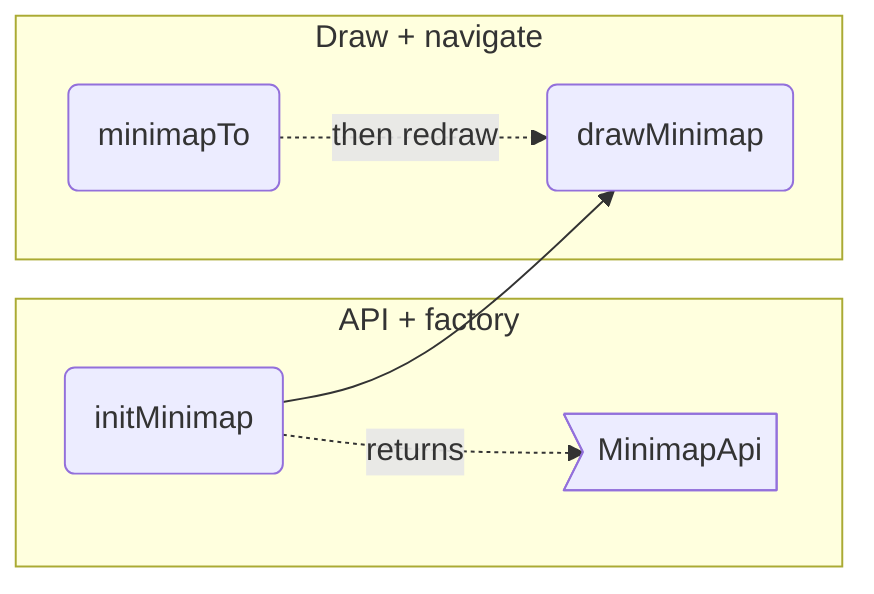
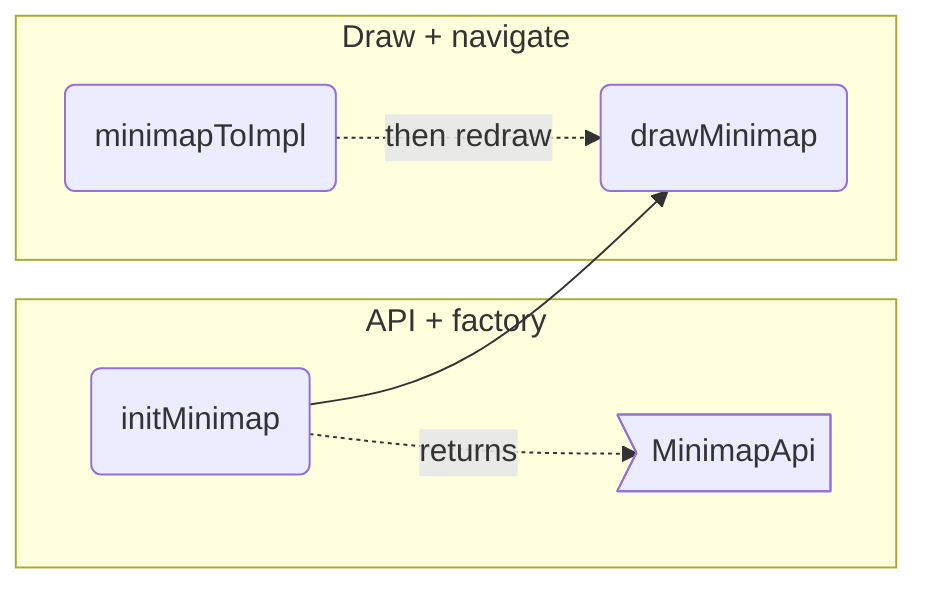
flowchart LR
%% root minimap

%% src MinimapApi src/render/minimap.ts#MinimapApi
%% kind MinimapApi type
%% fm:meta MinimapApi name=MinimapApi
%% fm:meta MinimapApi desc=public surface: drawMinimap

%% src initMinimap src/render/minimap.ts#initMinimap
%% kind initMinimap function
%% fm:meta initMinimap name=initMinimap
%% fm:meta initMinimap desc=build the minimap: draw function plus pointer navigation wiring
%% fm:meta initMinimap i0.name=initMinimap
%% fm:meta initMinimap i0.accepts=ctx: AppContext
%% fm:meta initMinimap i0.accepts=camera: CameraApi
%% fm:meta initMinimap i0.returns=MinimapApi

%% src drawMinimap src/render/minimap.ts#drawMinimap
%% kind drawMinimap function
%% fm:meta drawMinimap name=drawMinimap
%% fm:meta drawMinimap desc=paint nodes at the current level plus the viewport rectangle onto the overview canvas
%% fm:meta drawMinimap i0.name=drawMinimap
%% fm:meta drawMinimap i0.returns=void

- %% src minimapTo src/render/minimap.ts#minimapTo
- %% kind minimapTo function
- %% fm:meta minimapTo name=minimapTo
- %% fm:meta minimapTo desc=translate a click/drag on the minimap into a camera centre move
- %% fm:meta minimapTo i0.name=minimapTo
- %% fm:meta minimapTo i0.accepts=clientX: number
- %% fm:meta minimapTo i0.accepts=clientY: number
- %% fm:meta minimapTo i0.returns=void
+ %% src minimapToImpl src/render/minimap.ts#minimapToImpl
+ %% kind minimapToImpl function
+ %% fm:meta minimapToImpl name=minimapToImpl
+ %% fm:meta minimapToImpl desc=translate a click/drag on the minimap into a camera centre move
+ %% fm:meta minimapToImpl i0.name=minimapToImpl
+ %% fm:meta minimapToImpl i0.accepts=deps: MinimapDeps
+ %% fm:meta minimapToImpl i0.accepts=clientX: number
+ %% fm:meta minimapToImpl i0.accepts=clientY: number
+ %% fm:meta minimapToImpl i0.returns=void

%% parent mn_api minimap
%% parent mn_draw minimap

  subgraph mn_api ["API + factory"]
    MinimapApi>"MinimapApi"]
    initMinimap("initMinimap")
  end
  subgraph mn_draw ["Draw + navigate"]
    drawMinimap("drawMinimap")
-     minimapTo("minimapTo")
+     minimapToImpl("minimapToImpl")
  end

  initMinimap --> drawMinimap
  initMinimap -.->|returns| MinimapApi
-   minimapTo -.->|then redraw| drawMinimap
+   minimapToImpl -.->|then redraw| drawMinimap
